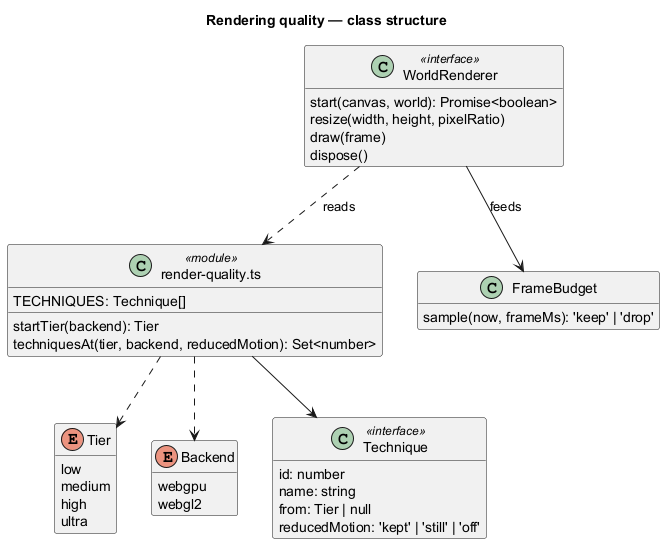
QuinntyneBrown/ride-one keeps this PlantUML diagram as docs/detailed-designs/world-ride/render-scene-quality/diagrams/class-structure.png. Above is the earlier version. The source it was exported from:
```plantuml
@startuml
title Rendering quality — class structure
hide empty members
enum Tier {
  low
  medium
  high
  ultra
}
enum Backend {
  webgpu
  webgl2
}
class Technique <<interface>> {
  id: number
  name: string
  from: Tier | null
  reducedMotion: 'kept' | 'still' | 'off'
}
class "render-quality.ts" as RQ <<module>> {
  TECHNIQUES: Technique[]
  startTier(backend): Tier
  techniquesAt(tier, backend, reducedMotion): Set<number>
}
class FrameBudget {
  sample(now, frameMs): 'keep' | 'drop'
}
class WorldRenderer <<interface>> {
  start(canvas, world): Promise<boolean>
  resize(width, height, pixelRatio)
  draw(frame)
  dispose()
}
RQ --> Technique
RQ ..> Tier
RQ ..> Backend
WorldRenderer ..> RQ : reads
WorldRenderer --> FrameBudget : feeds
@enduml
```
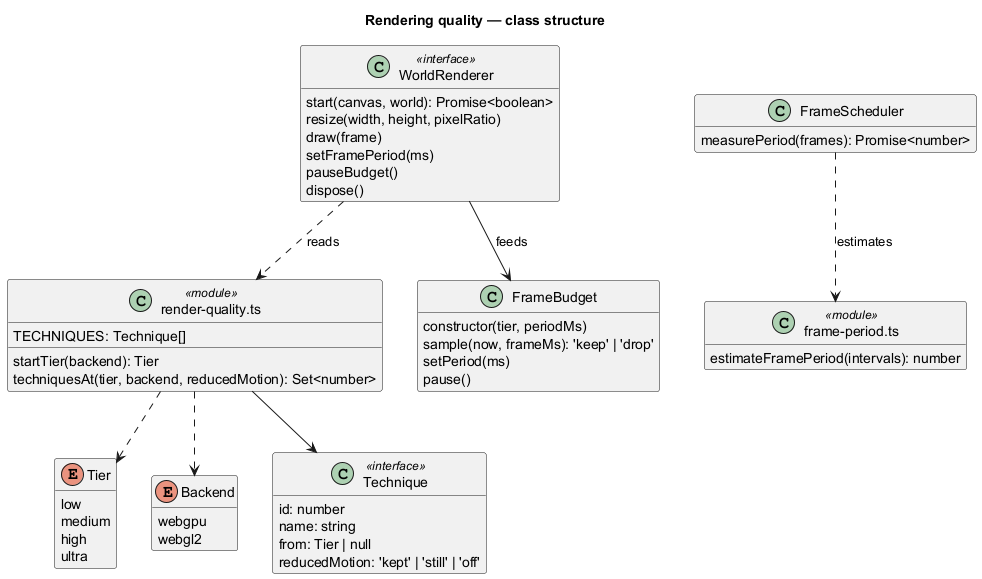
After the change.

Commit message:
Judge World Ride frames against the display's measured frame period

What changed in the source:
```diff
@@ -23,12 +23,23 @@
   techniquesAt(tier, backend, reducedMotion): Set<number>
 }
 class FrameBudget {
+  constructor(tier, periodMs)
   sample(now, frameMs): 'keep' | 'drop'
+  setPeriod(ms)
+  pause()
+}
+class "frame-period.ts" as FP <<module>> {
+  estimateFramePeriod(intervals): number
+}
+class FrameScheduler {
+  measurePeriod(frames): Promise<number>
 }
 class WorldRenderer <<interface>> {
   start(canvas, world): Promise<boolean>
   resize(width, height, pixelRatio)
   draw(frame)
+  setFramePeriod(ms)
+  pauseBudget()
   dispose()
 }
 RQ --> Technique
@@ -36,4 +47,5 @@
 RQ ..> Backend
 WorldRenderer ..> RQ : reads
 WorldRenderer --> FrameBudget : feeds
+FrameScheduler ..> FP : estimates
 @enduml
```
